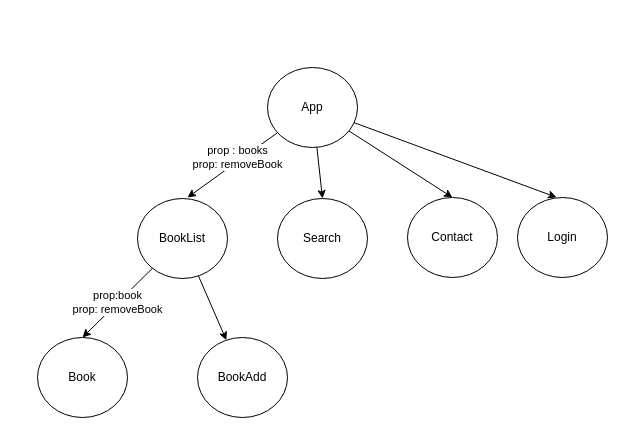
Above: page "Sayfa -5" (5 of 5) of day-03/draw.drawio in zcomert/BtkAkademiDotNetBootCamp (draw.io), before the change. Source tidied: cells renumbered, new cells numbered last; positions are measured from the earlier drawing's top-left corner, leaving out a move shared by most shapes. Both pictures are drawn from the tidied source at 100%, with x=0, y=0 at pixel (37, 67).
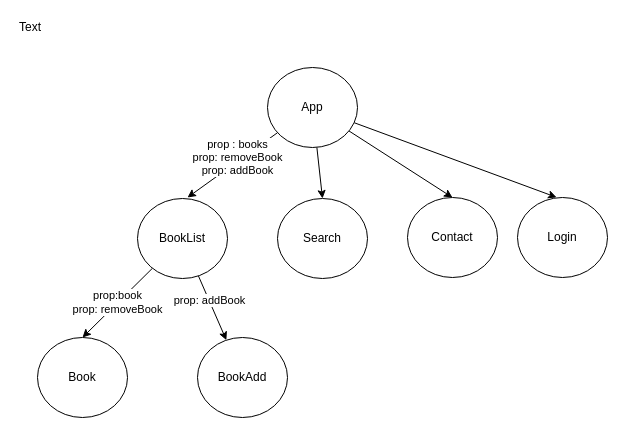
The same page after the edit.

Diff of the diagram source:
```diff
@@
 <mxGraphModel>
   <root>
     <mxCell id="0" />
     <mxCell id="1" parent="0" />
-    <mxCell id="2" value="prop : books&lt;br&gt;prop: removeBook" style="rounded=0;jettySize=auto;html=1;" parent="1" edge="1" source="6">
+    <mxCell id="2" value="prop : books&lt;br&gt;prop: removeBook&lt;br&gt;prop: addBook" style="rounded=0;jettySize=auto;html=1;" parent="1" edge="1" source="6">
       <mxGeometry x="-0.15" y="-3" relative="1" as="geometry">
         <mxPoint x="150" y="130" as="targetPoint" />
       </mxGeometry>
     </mxCell>
     <mxCell id="3" style="edgeStyle=none;rounded=0;jettySize=auto;html=1;entryX=0.5;entryY=0;entryDx=0;entryDy=0;" parent="1" edge="1" source="6" target="10">
       <mxGeometry relative="1" as="geometry" />
     </mxCell>
     <mxCell id="4" style="edgeStyle=none;rounded=0;jettySize=auto;html=1;entryX=0.5;entryY=0;entryDx=0;entryDy=0;" parent="1" edge="1" source="6" target="11">
       <mxGeometry relative="1" as="geometry" />
     </mxCell>
     <mxCell id="5" style="edgeStyle=none;rounded=0;jettySize=auto;html=1;entryX=0.434;entryY=-0.002;entryDx=0;entryDy=0;entryPerimeter=0;" parent="1" edge="1" source="6" target="12">
       <mxGeometry relative="1" as="geometry" />
     </mxCell>
     <mxCell id="6" value="App&lt;br&gt;" style="ellipse;whiteSpace=wrap;html=1;" parent="1" vertex="1">
       <mxGeometry x="230" width="90" height="80" as="geometry" />
     </mxCell>
     <mxCell id="7" value="prop:book&lt;br&gt;prop: removeBook" style="edgeStyle=none;rounded=0;jettySize=auto;html=1;entryX=0.5;entryY=0;entryDx=0;entryDy=0;" parent="1" edge="1" source="9" target="13">
       <mxGeometry relative="1" as="geometry" />
     </mxCell>
     <mxCell id="8" style="edgeStyle=none;rounded=0;jettySize=auto;html=1;" parent="1" edge="1" source="9" target="14">
       <mxGeometry relative="1" as="geometry" />
     </mxCell>
+    <mxCell id="15" value="prop: addBook" style="edgeLabel;html=1;align=center;verticalAlign=middle;" parent="8" vertex="1">
+      <mxGeometry x="-0.27" relative="1" as="geometry" />
+    </mxCell>
     <mxCell id="9" value="BookList" style="ellipse;whiteSpace=wrap;html=1;" parent="1" vertex="1">
       <mxGeometry x="100" y="131" width="90" height="80" as="geometry" />
     </mxCell>
     <mxCell id="10" value="Search" style="ellipse;whiteSpace=wrap;html=1;" parent="1" vertex="1">
       <mxGeometry x="240" y="131" width="90" height="80" as="geometry" />
     </mxCell>
     <mxCell id="11" value="Contact" style="ellipse;whiteSpace=wrap;html=1;" parent="1" vertex="1">
       <mxGeometry x="370" y="130" width="90" height="80" as="geometry" />
     </mxCell>
     <mxCell id="12" value="Login" style="ellipse;whiteSpace=wrap;html=1;" parent="1" vertex="1">
       <mxGeometry x="480" y="130" width="90" height="80" as="geometry" />
     </mxCell>
     <mxCell id="13" value="Book" style="ellipse;whiteSpace=wrap;html=1;" parent="1" vertex="1">
       <mxGeometry y="270" width="90" height="80" as="geometry" />
     </mxCell>
     <mxCell id="14" value="BookAdd" style="ellipse;whiteSpace=wrap;html=1;" parent="1" vertex="1">
       <mxGeometry x="160" y="270" width="90" height="80" as="geometry" />
     </mxCell>
+    <mxCell id="16" value="Text" style="text;html=1;strokeColor=none;fillColor=none;align=left;verticalAlign=middle;whiteSpace=wrap;rounded=0;" parent="1" vertex="1">
+      <mxGeometry x="-20" y="-50" width="260" height="20" as="geometry" />
+    </mxCell>
   </root>
 </mxGraphModel>
```
